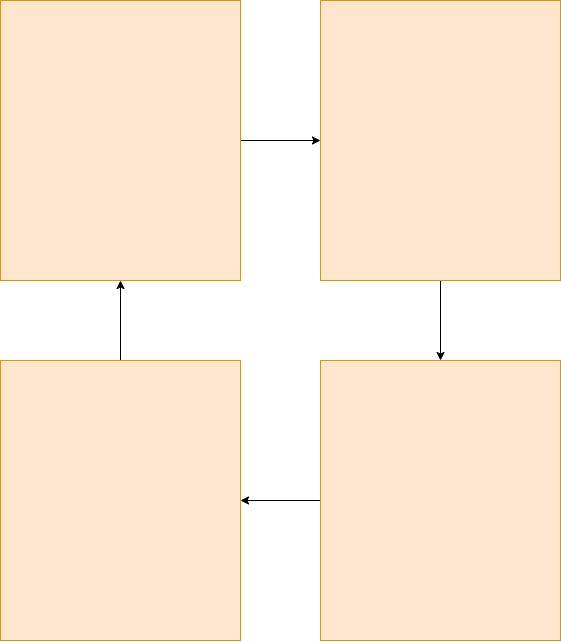
Before: interview/JVM相关流程图.png, a diagram exported from draw.io (ShiJieZhaoGitHub/images). Source tidied: cells renumbered, new cells last; positions are measured from the earlier drawing's top-left corner, leaving out a move shared by most shapes. Its diagram source:
```xml
<mxGraphModel>
  <root>
    <mxCell id="0" />
    <mxCell id="1" parent="0" />
    <mxCell id="2" style="edgeStyle=orthogonalEdgeStyle;rounded=0;jettySize=auto;html=1;" parent="1" edge="1" source="3" target="5">
      <mxGeometry relative="1" as="geometry" />
    </mxCell>
    <mxCell id="3" style="rounded=0;whiteSpace=wrap;html=1;fillColor=#ffe6cc;strokeColor=#d79b00;" parent="1" vertex="1">
      <mxGeometry width="240" height="280" as="geometry" />
    </mxCell>
    <mxCell id="4" style="edgeStyle=orthogonalEdgeStyle;rounded=0;jettySize=auto;html=1;" parent="1" edge="1" source="5" target="7">
      <mxGeometry relative="1" as="geometry" />
    </mxCell>
    <mxCell id="5" style="rounded=0;whiteSpace=wrap;html=1;fillColor=#ffe6cc;strokeColor=#d79b00;" parent="1" vertex="1">
      <mxGeometry x="320" width="240" height="280" as="geometry" />
    </mxCell>
    <mxCell id="6" style="edgeStyle=orthogonalEdgeStyle;rounded=0;jettySize=auto;html=1;" parent="1" edge="1" source="7" target="9">
      <mxGeometry relative="1" as="geometry" />
    </mxCell>
    <mxCell id="7" style="rounded=0;whiteSpace=wrap;html=1;fillColor=#ffe6cc;strokeColor=#d79b00;" parent="1" vertex="1">
      <mxGeometry x="320" y="360" width="240" height="280" as="geometry" />
    </mxCell>
    <mxCell id="8" style="edgeStyle=orthogonalEdgeStyle;rounded=0;jettySize=auto;html=1;" parent="1" edge="1" source="9" target="3">
      <mxGeometry relative="1" as="geometry" />
    </mxCell>
    <mxCell id="9" style="rounded=0;whiteSpace=wrap;html=1;fillColor=#ffe6cc;strokeColor=#d79b00;" parent="1" vertex="1">
      <mxGeometry y="360" width="240" height="280" as="geometry" />
    </mxCell>
  </root>
</mxGraphModel>
```
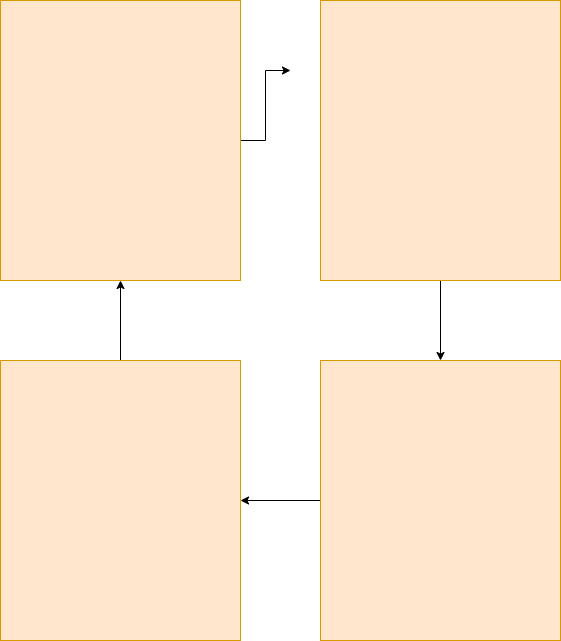
The same diagram one commit later.

Commit message:
更新JVM相关流程图.png

What changed in the source:
```diff
@@ -2,8 +2,10 @@
   <root>
     <mxCell id="0" />
     <mxCell id="1" parent="0" />
-    <mxCell id="2" style="edgeStyle=orthogonalEdgeStyle;rounded=0;jettySize=auto;html=1;" parent="1" edge="1" source="3" target="5">
-      <mxGeometry relative="1" as="geometry" />
+    <mxCell id="2" style="edgeStyle=orthogonalEdgeStyle;rounded=0;jettySize=auto;html=1;" parent="1" edge="1" source="3">
+      <mxGeometry relative="1" as="geometry">
+        <mxPoint x="290" y="70" as="targetPoint" />
+      </mxGeometry>
     </mxCell>
     <mxCell id="3" style="rounded=0;whiteSpace=wrap;html=1;fillColor=#ffe6cc;strokeColor=#d79b00;" parent="1" vertex="1">
       <mxGeometry width="240" height="280" as="geometry" />
```
